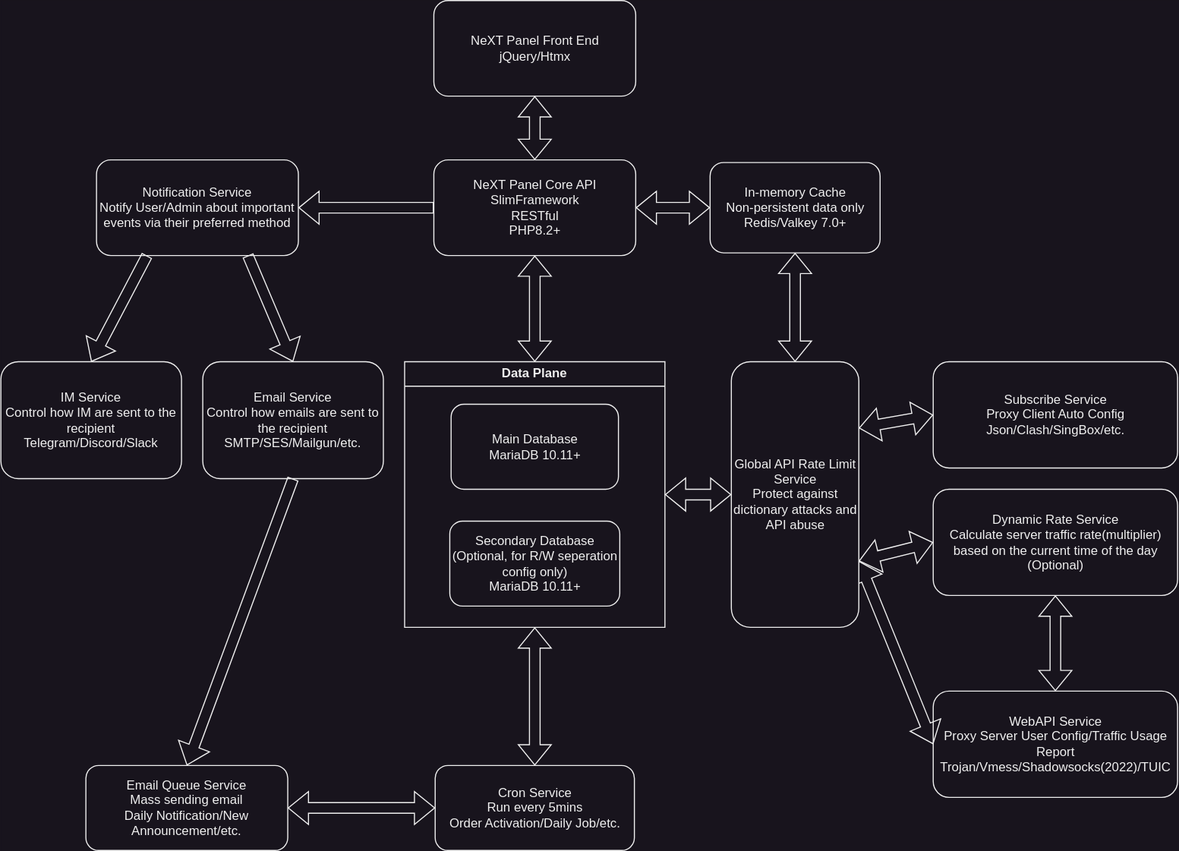
The draw.io diagram static/img/system-architecture.svg in The-NeXT-Project/Docs, before a commit. Source tidied: cells renumbered, new cells last; positions are measured from the earlier drawing's top-left corner, leaving out a move shared by most shapes.
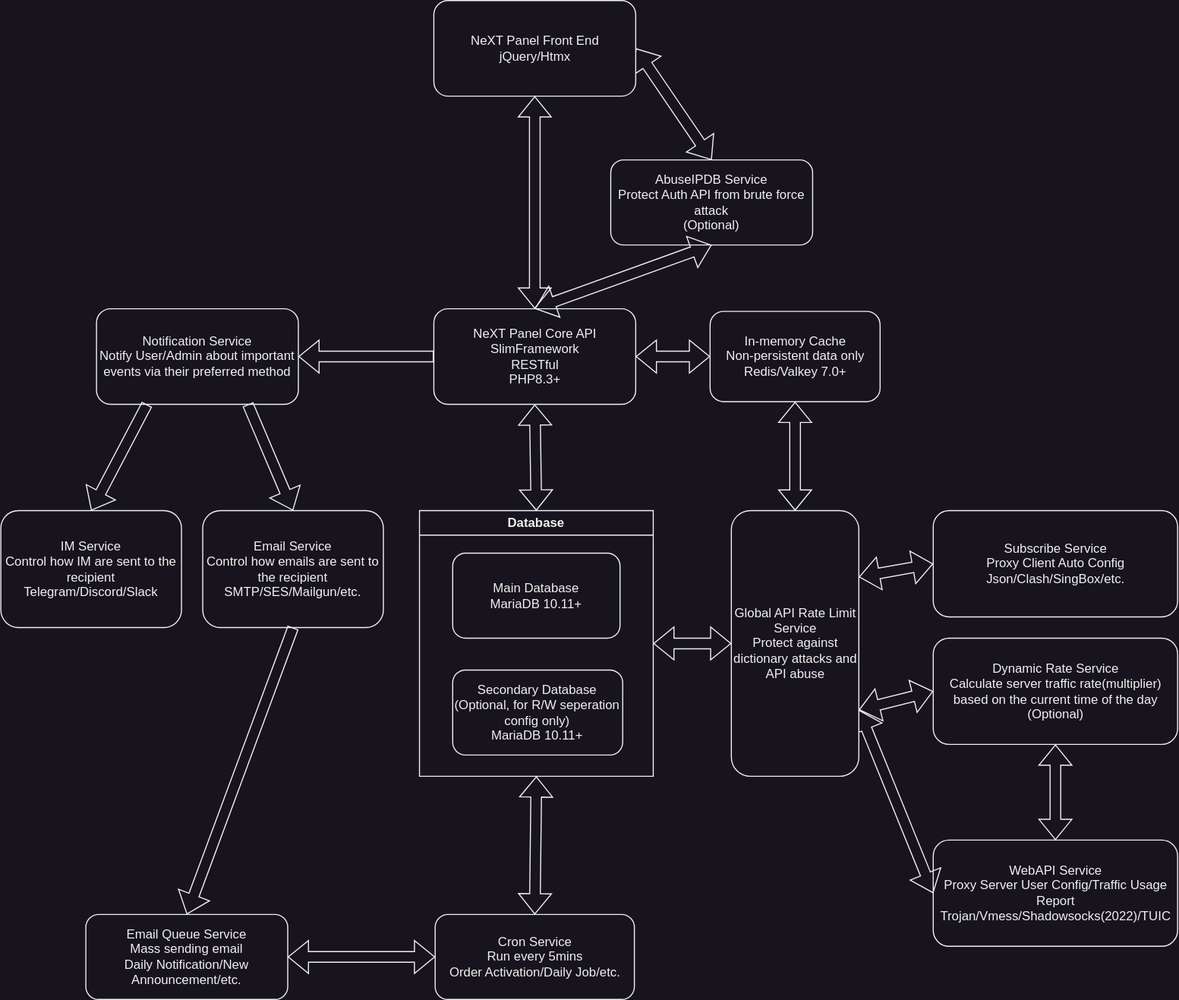
Above is the later version.

What changed in the source:
```diff
@@ -2,23 +2,17 @@
   <root>
     <mxCell id="0" />
     <mxCell id="1" parent="0" />
-    <mxCell id="2" value="NeXT Panel Core API&lt;div&gt;SlimFramework&lt;br&gt;&lt;div&gt;RESTful&lt;/div&gt;&lt;div&gt;PHP8.2+&lt;/div&gt;&lt;/div&gt;" style="rounded=1;whiteSpace=wrap;html=1;" parent="1" vertex="1">
+    <mxCell id="2" value="NeXT Panel Core API&lt;div&gt;SlimFramework&lt;br&gt;&lt;div&gt;RESTful&lt;/div&gt;&lt;div&gt;PHP8.3+&lt;/div&gt;&lt;/div&gt;" style="rounded=1;whiteSpace=wrap;html=1;" parent="1" vertex="1">
       <mxGeometry x="407.5" y="150" width="190" height="90" as="geometry" />
     </mxCell>
-    <mxCell id="3" value="NeXT Panel Front End&lt;div&gt;jQuery/Htmx&lt;/div&gt;" style="rounded=1;whiteSpace=wrap;html=1;" parent="1" vertex="1">
-      <mxGeometry x="407.5" width="190" height="90" as="geometry" />
-    </mxCell>
-    <mxCell id="4" style="shape=flexArrow;endArrow=classic;startArrow=classic;html=1;rounded=0;entryX=0.5;entryY=1;entryDx=0;entryDy=0;exitX=0.5;exitY=0;exitDx=0;exitDy=0;" parent="1" edge="1" source="2" target="3">
-      <mxGeometry relative="1" as="geometry" />
-    </mxCell>
-    <mxCell id="5" value="Data Plane" style="swimlane;whiteSpace=wrap;html=1;" parent="1" vertex="1">
-      <mxGeometry x="380" y="340" width="245" height="250" as="geometry" />
+    <mxCell id="5" value="Database" style="swimlane;whiteSpace=wrap;html=1;startSize=23;" parent="1" vertex="1">
+      <mxGeometry x="394" y="340" width="220" height="250" as="geometry" />
     </mxCell>
     <mxCell id="6" value="Secondary Database&lt;div&gt;(Optional, for R/W seperation config only)&lt;br&gt;&lt;div&gt;MariaDB 10.11+&lt;/div&gt;&lt;/div&gt;" style="rounded=1;whiteSpace=wrap;html=1;" parent="5" vertex="1">
-      <mxGeometry x="42.5" y="150" width="160" height="80" as="geometry" />
+      <mxGeometry x="31.2" y="150" width="160" height="80" as="geometry" />
     </mxCell>
     <mxCell id="7" value="Main Database&lt;div&gt;MariaDB 10.11+&lt;/div&gt;" style="rounded=1;whiteSpace=wrap;html=1;" parent="5" vertex="1">
-      <mxGeometry x="43.8" y="40" width="157.5" height="80" as="geometry" />
+      <mxGeometry x="31.2" y="40" width="157.5" height="80" as="geometry" />
     </mxCell>
     <mxCell id="8" style="shape=flexArrow;endArrow=classic;startArrow=classic;html=1;rounded=0;entryX=0.5;entryY=1;entryDx=0;entryDy=0;exitX=0.5;exitY=0;exitDx=0;exitDy=0;" parent="1" edge="1" source="5" target="2">
       <mxGeometry relative="1" as="geometry" />
@@ -92,5 +86,20 @@
     <mxCell id="31" style="shape=flexArrow;endArrow=classic;startArrow=classic;html=1;rounded=0;entryX=0;entryY=0.5;entryDx=0;entryDy=0;exitX=1;exitY=0.5;exitDx=0;exitDy=0;endSize=6;" parent="1" edge="1" source="23" target="10">
       <mxGeometry relative="1" as="geometry" />
     </mxCell>
+    <mxCell id="32" value="AbuseIPDB Service&lt;div&gt;Protect Auth API from brute force attack&lt;/div&gt;&lt;div&gt;(Optional)&lt;br&gt;&lt;/div&gt;" style="rounded=1;whiteSpace=wrap;html=1;" parent="1" vertex="1">
+      <mxGeometry x="574" y="10" width="190" height="80" as="geometry" />
+    </mxCell>
+    <mxCell id="33" style="shape=flexArrow;endArrow=classic;startArrow=classic;html=1;rounded=0;exitX=1;exitY=0.5;exitDx=0;exitDy=0;entryX=0.5;entryY=0;entryDx=0;entryDy=0;" parent="1" edge="1" source="3" target="32">
+      <mxGeometry relative="1" as="geometry" />
+    </mxCell>
+    <mxCell id="34" style="shape=flexArrow;endArrow=classic;startArrow=classic;html=1;rounded=0;entryX=0.5;entryY=1;entryDx=0;entryDy=0;exitX=0.5;exitY=0;exitDx=0;exitDy=0;" parent="1" edge="1" source="2" target="32">
+      <mxGeometry relative="1" as="geometry" />
+    </mxCell>
+    <mxCell id="4" style="shape=flexArrow;endArrow=classic;startArrow=classic;html=1;rounded=0;entryX=0.5;entryY=1;entryDx=0;entryDy=0;exitX=0.5;exitY=0;exitDx=0;exitDy=0;" parent="1" edge="1" source="2" target="3">
+      <mxGeometry relative="1" as="geometry" />
+    </mxCell>
+    <mxCell id="3" value="NeXT Panel Front End&lt;div&gt;jQuery/Htmx&lt;/div&gt;" style="rounded=1;whiteSpace=wrap;html=1;" parent="1" vertex="1">
+      <mxGeometry x="407.5" y="-140" width="190" height="90" as="geometry" />
+    </mxCell>
   </root>
 </mxGraphModel>
```
